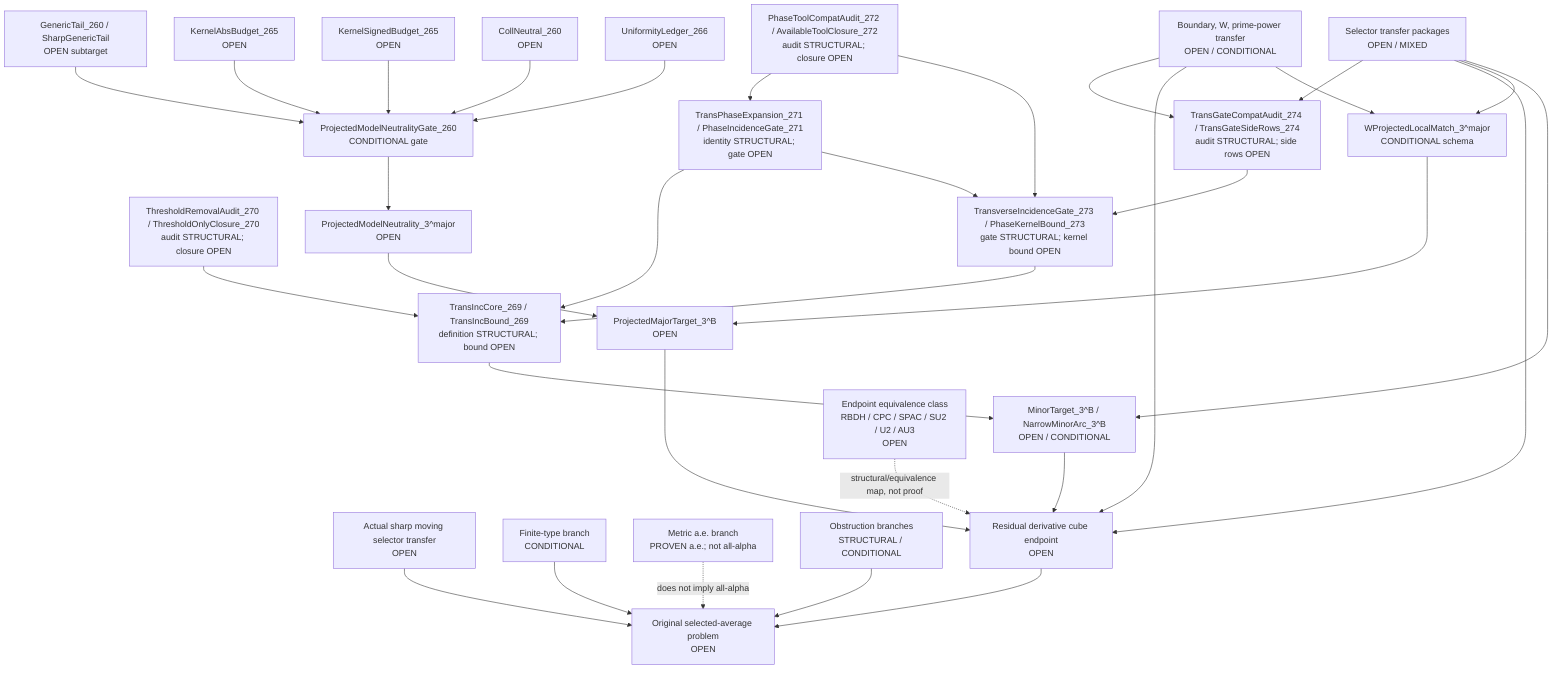
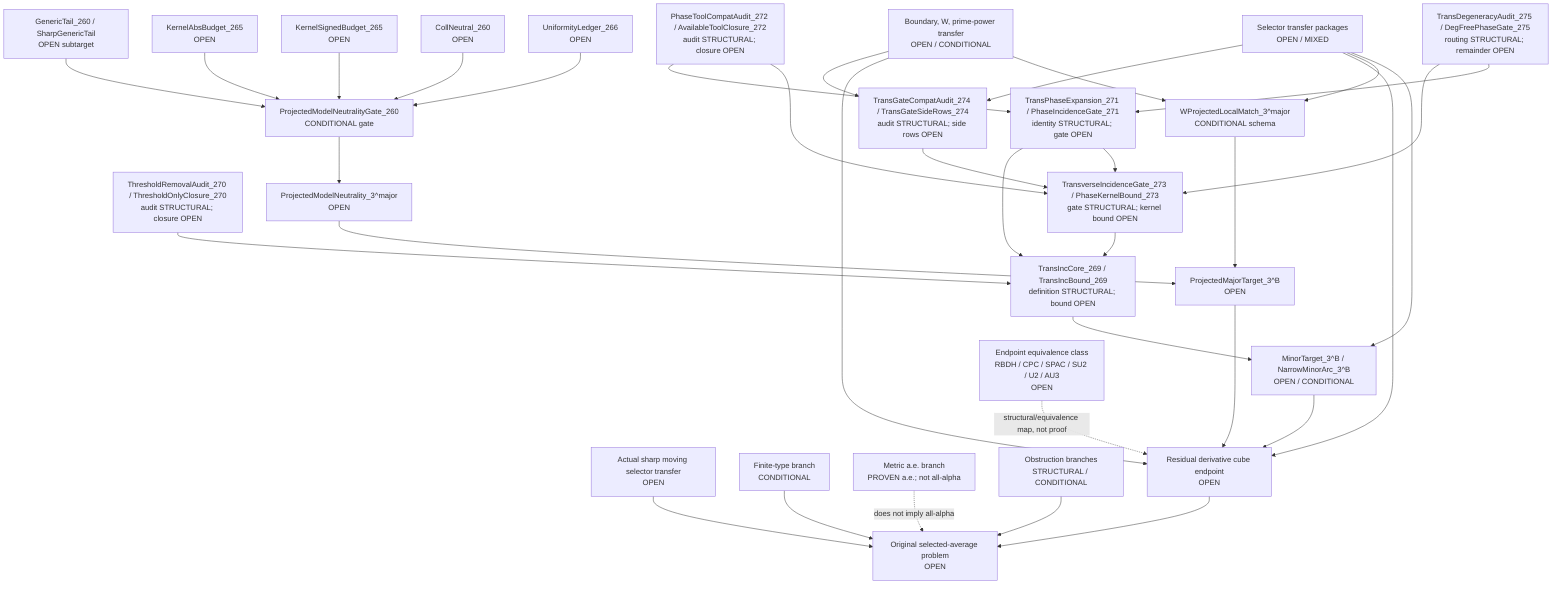
flowchart TD
  Original["Original selected-average problem<br/>OPEN"]
  SharpSel["Actual sharp moving selector transfer<br/>OPEN"]
  FiniteType["Finite-type branch<br/>CONDITIONAL"]
  Metric["Metric a.e. branch<br/>PROVEN a.e.; not all-alpha"]
  Obstruction["Obstruction branches<br/>STRUCTURAL / CONDITIONAL"]

  ResCube["Residual derivative cube endpoint<br/>OPEN"]
  MajorTarget["ProjectedMajorTarget_3^B<br/>OPEN"]
  MinorTarget["MinorTarget_3^B / NarrowMinorArc_3^B<br/>OPEN / CONDITIONAL"]
  TransInc["TransIncCore_269 / TransIncBound_269<br/>definition STRUCTURAL; bound OPEN"]
  ThresholdAudit["ThresholdRemovalAudit_270 / ThresholdOnlyClosure_270<br/>audit STRUCTURAL; closure OPEN"]
  PhaseExpansion["TransPhaseExpansion_271 / PhaseIncidenceGate_271<br/>identity STRUCTURAL; gate OPEN"]
  ToolCompat["PhaseToolCompatAudit_272 / AvailableToolClosure_272<br/>audit STRUCTURAL; closure OPEN"]
  TransGate["TransverseIncidenceGate_273 / PhaseKernelBound_273<br/>gate STRUCTURAL; kernel bound OPEN"]
  TransGateCompat["TransGateCompatAudit_274 / TransGateSideRows_274<br/>audit STRUCTURAL; side rows OPEN"]
+   DegAudit["TransDegeneracyAudit_275 / DegFreePhaseGate_275<br/>routing STRUCTURAL; remainder OPEN"]
  SelectorTransfer["Selector transfer packages<br/>OPEN / MIXED"]
  BoundaryTransfer["Boundary, W, prime-power transfer<br/>OPEN / CONDITIONAL"]

  WLocal["WProjectedLocalMatch_3^major<br/>CONDITIONAL schema"]
  ModelNeutral["ProjectedModelNeutrality_3^major<br/>OPEN"]
  PMNGate["ProjectedModelNeutralityGate_260<br/>CONDITIONAL gate"]
  GenericTail["GenericTail_260 / SharpGenericTail<br/>OPEN subtarget"]
  KernelAbs["KernelAbsBudget_265<br/>OPEN"]
  KernelSigned["KernelSignedBudget_265<br/>OPEN"]
  CollNeutral["CollNeutral_260<br/>OPEN"]
  Uniformity["UniformityLedger_266<br/>OPEN"]

  EndpointClass["Endpoint equivalence class<br/>RBDH / CPC / SPAC / SU2 / U2 / AU3<br/>OPEN"]

  SharpSel --> Original
  FiniteType --> Original
  Obstruction --> Original
  ResCube --> Original
  Metric -. "does not imply all-alpha" .-> Original

  MajorTarget --> ResCube
  MinorTarget --> ResCube
  TransInc --> MinorTarget
  ThresholdAudit --> TransInc
  PhaseExpansion --> TransInc
  ToolCompat --> PhaseExpansion
  TransGate --> TransInc
  PhaseExpansion --> TransGate
  ToolCompat --> TransGate
  TransGateCompat --> TransGate
  SelectorTransfer --> TransGateCompat
  BoundaryTransfer --> TransGateCompat
+   DegAudit --> TransGate
+   DegAudit --> PhaseExpansion
  SelectorTransfer --> ResCube
  BoundaryTransfer --> ResCube
  EndpointClass -. "structural/equivalence map, not proof" .-> ResCube

  WLocal --> MajorTarget
  ModelNeutral --> MajorTarget

  PMNGate --> ModelNeutral
  GenericTail --> PMNGate
  KernelAbs --> PMNGate
  KernelSigned --> PMNGate
  CollNeutral --> PMNGate
  Uniformity --> PMNGate

  BoundaryTransfer --> WLocal
  SelectorTransfer --> WLocal
  SelectorTransfer --> MinorTarget
